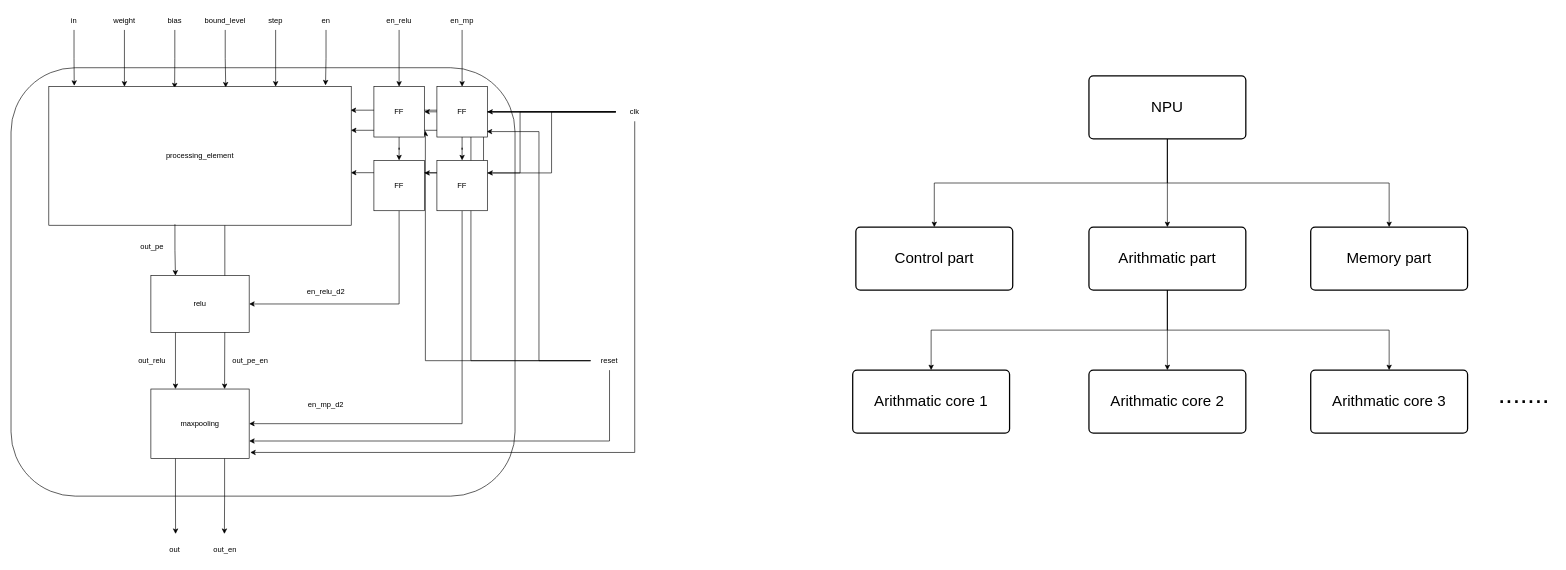
Before: diagram/ac.drawio in thousrm/universal_NPU-CNN_accelerator, a draw.io diagram. Source tidied: cells renumbered, new cells numbered last; positions are measured from the earlier drawing's top-left corner, leaving out a move shared by most shapes. Both pictures are drawn from the tidied source at 63%, with x=0, y=0 at pixel (11, 11).
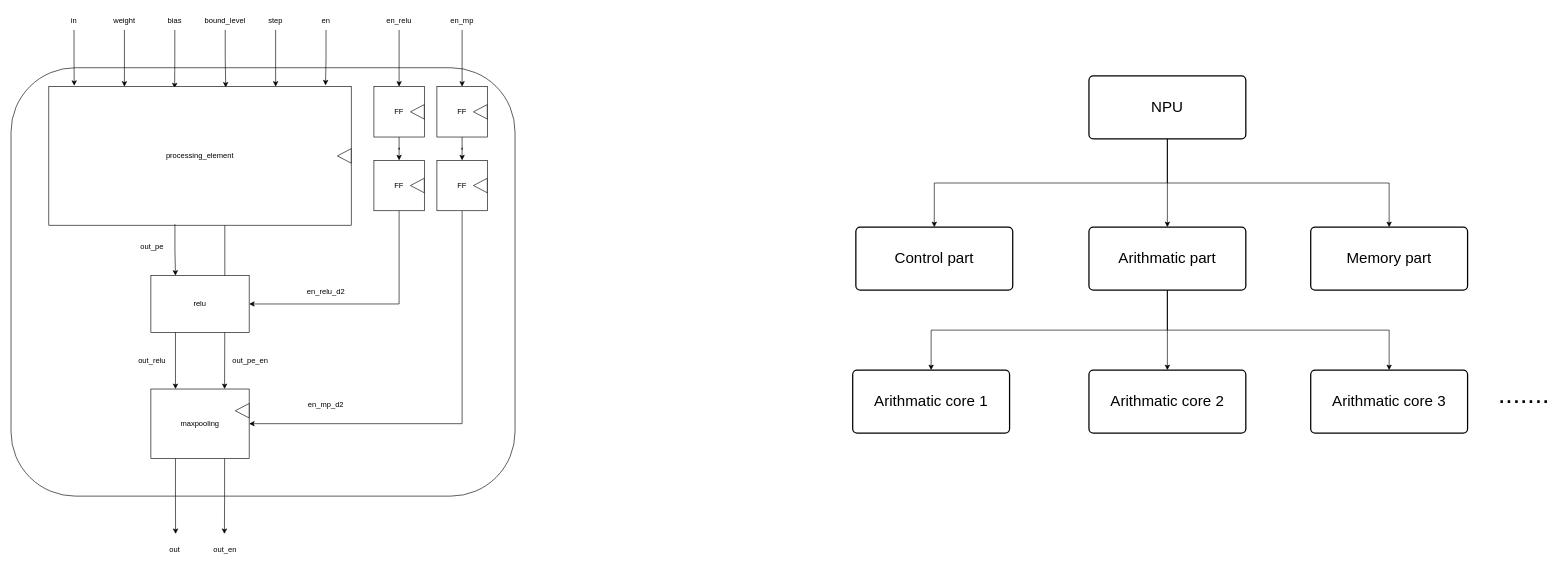
Above is the later version.

Unchanged cells that the change refers to:
```xml
<mxCell id="32" value="processing_element" style="rounded=0;whiteSpace=wrap;html=1;" parent="1" vertex="1">
  <mxGeometry x="60" y="120" width="480" height="220" as="geometry" />
</mxCell>
<mxCell id="34" value="FF" style="whiteSpace=wrap;html=1;" parent="1" vertex="1">
  <mxGeometry x="576" y="120" width="80" height="80" as="geometry" />
</mxCell>
<mxCell id="36" value="FF" style="whiteSpace=wrap;html=1;" parent="1" vertex="1">
  <mxGeometry x="676" y="120" width="80" height="80" as="geometry" />
</mxCell>
<mxCell id="38" value="FF" style="whiteSpace=wrap;html=1;" parent="1" vertex="1">
  <mxGeometry x="576" y="237" width="80" height="80" as="geometry" />
</mxCell>
<mxCell id="40" value="FF" style="whiteSpace=wrap;html=1;" parent="1" vertex="1">
  <mxGeometry x="676" y="237" width="80" height="80" as="geometry" />
</mxCell>
<mxCell id="47" value="maxpooling" style="rounded=0;whiteSpace=wrap;html=1;" parent="1" vertex="1">
  <mxGeometry x="222" y="600" width="156" height="110" as="geometry" />
</mxCell>
```

Change to the diagram source:
```diff
@@
-    <mxCell id="19" style="edgeStyle=orthogonalEdgeStyle;rounded=0;jettySize=auto;html=1;entryX=1;entryY=0.5;entryDx=0;entryDy=0;" parent="1" edge="1" source="26" target="36">
-      <mxGeometry relative="1" as="geometry" />
-    </mxCell>
-    <mxCell id="20" style="edgeStyle=orthogonalEdgeStyle;rounded=0;jettySize=auto;html=1;entryX=1;entryY=0.5;entryDx=0;entryDy=0;" parent="1" edge="1" source="26" target="34">
-      <mxGeometry relative="1" as="geometry" />
-    </mxCell>
-    <mxCell id="21" style="edgeStyle=orthogonalEdgeStyle;rounded=0;jettySize=auto;html=1;entryX=0.998;entryY=0.17;entryDx=0;entryDy=0;entryPerimeter=0;" parent="1" edge="1" source="26" target="32">
-      <mxGeometry relative="1" as="geometry" />
-    </mxCell>
-    <mxCell id="22" style="edgeStyle=orthogonalEdgeStyle;rounded=0;jettySize=auto;html=1;entryX=1;entryY=0.25;entryDx=0;entryDy=0;" parent="1" edge="1" source="26" target="40">
-      <mxGeometry relative="1" as="geometry" />
-    </mxCell>
-    <mxCell id="23" style="edgeStyle=orthogonalEdgeStyle;rounded=0;jettySize=auto;html=1;entryX=1;entryY=0.25;entryDx=0;entryDy=0;" parent="1" edge="1" source="26" target="38">
-      <mxGeometry relative="1" as="geometry" />
-    </mxCell>
-    <mxCell id="24" style="edgeStyle=orthogonalEdgeStyle;rounded=0;jettySize=auto;html=1;entryX=0.999;entryY=0.621;entryDx=0;entryDy=0;entryPerimeter=0;" parent="1" edge="1" source="26" target="32">
-      <mxGeometry relative="1" as="geometry" />
-    </mxCell>
-    <mxCell id="25" style="edgeStyle=orthogonalEdgeStyle;rounded=0;jettySize=auto;html=1;entryX=1.011;entryY=0.915;entryDx=0;entryDy=0;exitX=0.5;exitY=1;exitDx=0;exitDy=0;entryPerimeter=0;" parent="1" edge="1" source="26" target="47">
-      <mxGeometry relative="1" as="geometry">
-        <Array as="points">
-          <mxPoint x="990" y="700" />
-          <mxPoint x="380" y="700" />
-        </Array>
-      </mxGeometry>
-    </mxCell>
-    <mxCell id="26" value="clk" style="text;html=1;strokeColor=none;fillColor=none;align=center;verticalAlign=middle;whiteSpace=wrap;rounded=0;" parent="1" vertex="1">
-      <mxGeometry x="960" y="145" width="60" height="30" as="geometry" />
-    </mxCell>
-    <mxCell id="27" style="edgeStyle=orthogonalEdgeStyle;rounded=0;jettySize=auto;html=1;entryX=0.988;entryY=0.892;entryDx=0;entryDy=0;entryPerimeter=0;" parent="1" edge="1" source="31" target="36">
-      <mxGeometry relative="1" as="geometry" />
-    </mxCell>
-    <mxCell id="28" style="edgeStyle=orthogonalEdgeStyle;rounded=0;jettySize=auto;html=1;entryX=1.021;entryY=0.875;entryDx=0;entryDy=0;entryPerimeter=0;" parent="1" edge="1" source="31" target="34">
-      <mxGeometry relative="1" as="geometry" />
-    </mxCell>
-    <mxCell id="29" style="edgeStyle=orthogonalEdgeStyle;rounded=0;jettySize=auto;html=1;entryX=0.999;entryY=0.315;entryDx=0;entryDy=0;entryPerimeter=0;" parent="1" edge="1" source="31" target="32">
-      <mxGeometry relative="1" as="geometry" />
-    </mxCell>
-    <mxCell id="30" style="edgeStyle=orthogonalEdgeStyle;rounded=0;jettySize=auto;html=1;entryX=1;entryY=0.75;entryDx=0;entryDy=0;exitX=0.5;exitY=1;exitDx=0;exitDy=0;" parent="1" edge="1" source="31" target="47">
-      <mxGeometry relative="1" as="geometry" />
-    </mxCell>
-    <mxCell id="31" value="reset" style="text;html=1;strokeColor=none;fillColor=none;align=center;verticalAlign=middle;whiteSpace=wrap;rounded=0;" parent="1" vertex="1">
-      <mxGeometry x="920" y="540" width="60" height="30" as="geometry" />
-    </mxCell>
@@
+    <mxCell id="69" style="triangle;whiteSpace=wrap;html=1;rotation=-180;" parent="1" vertex="1">
+      <mxGeometry x="734" y="148.5" width="22" height="23" as="geometry" />
+    </mxCell>
+    <mxCell id="70" style="triangle;whiteSpace=wrap;html=1;rotation=-180;" parent="1" vertex="1">
+      <mxGeometry x="734" y="265.5" width="22" height="23" as="geometry" />
+    </mxCell>
+    <mxCell id="71" style="triangle;whiteSpace=wrap;html=1;rotation=-180;" parent="1" vertex="1">
+      <mxGeometry x="634" y="148.5" width="22" height="23" as="geometry" />
+    </mxCell>
+    <mxCell id="72" style="triangle;whiteSpace=wrap;html=1;rotation=-180;" parent="1" vertex="1">
+      <mxGeometry x="634" y="265.5" width="22" height="23" as="geometry" />
+    </mxCell>
+    <mxCell id="73" style="triangle;whiteSpace=wrap;html=1;rotation=-180;" parent="1" vertex="1">
+      <mxGeometry x="518" y="218.5" width="22" height="23" as="geometry" />
+    </mxCell>
+    <mxCell id="74" style="triangle;whiteSpace=wrap;html=1;rotation=-180;" parent="1" vertex="1">
+      <mxGeometry x="356" y="623" width="22" height="23" as="geometry" />
+    </mxCell>
```
